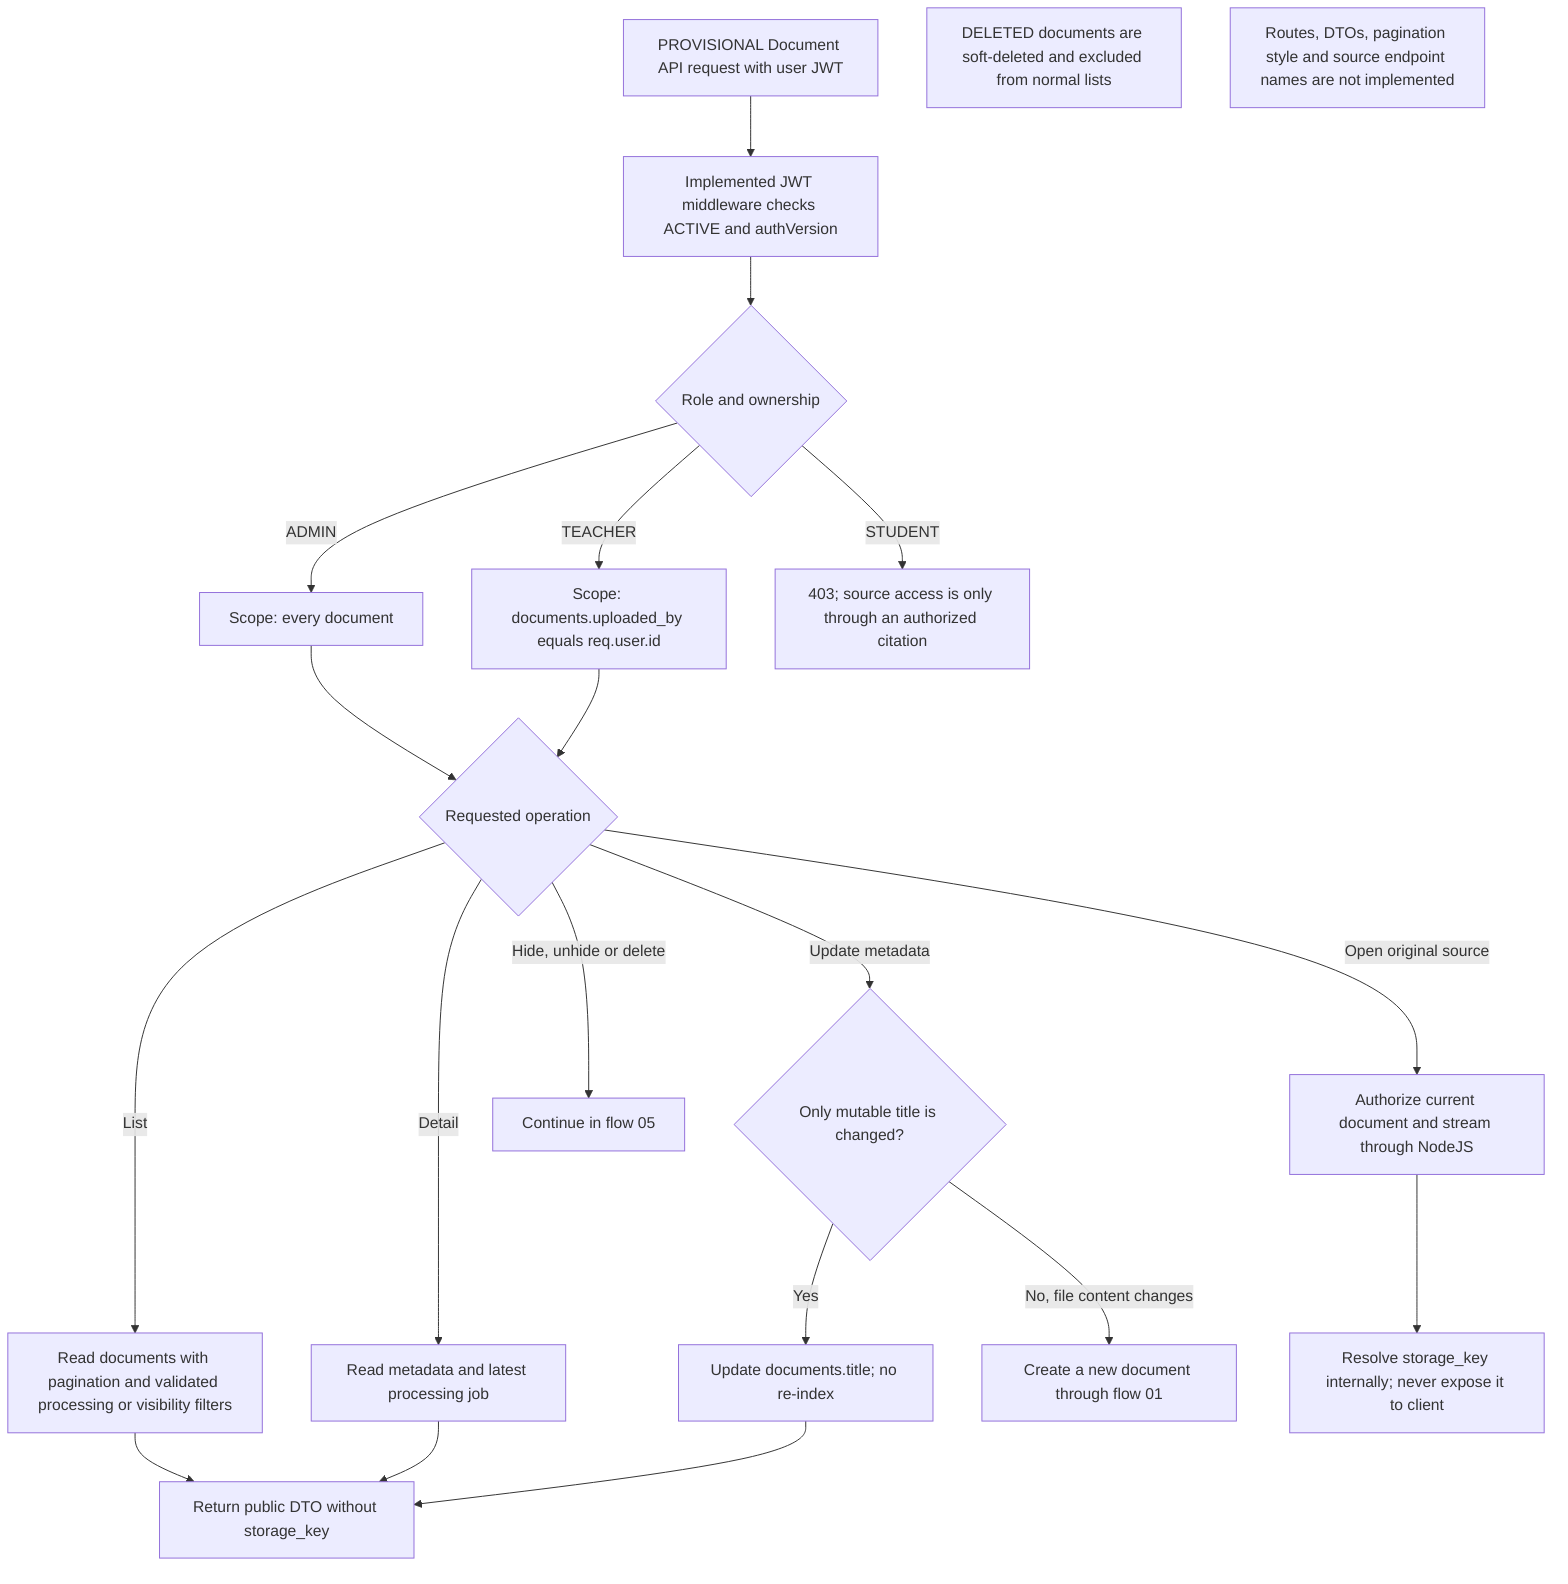
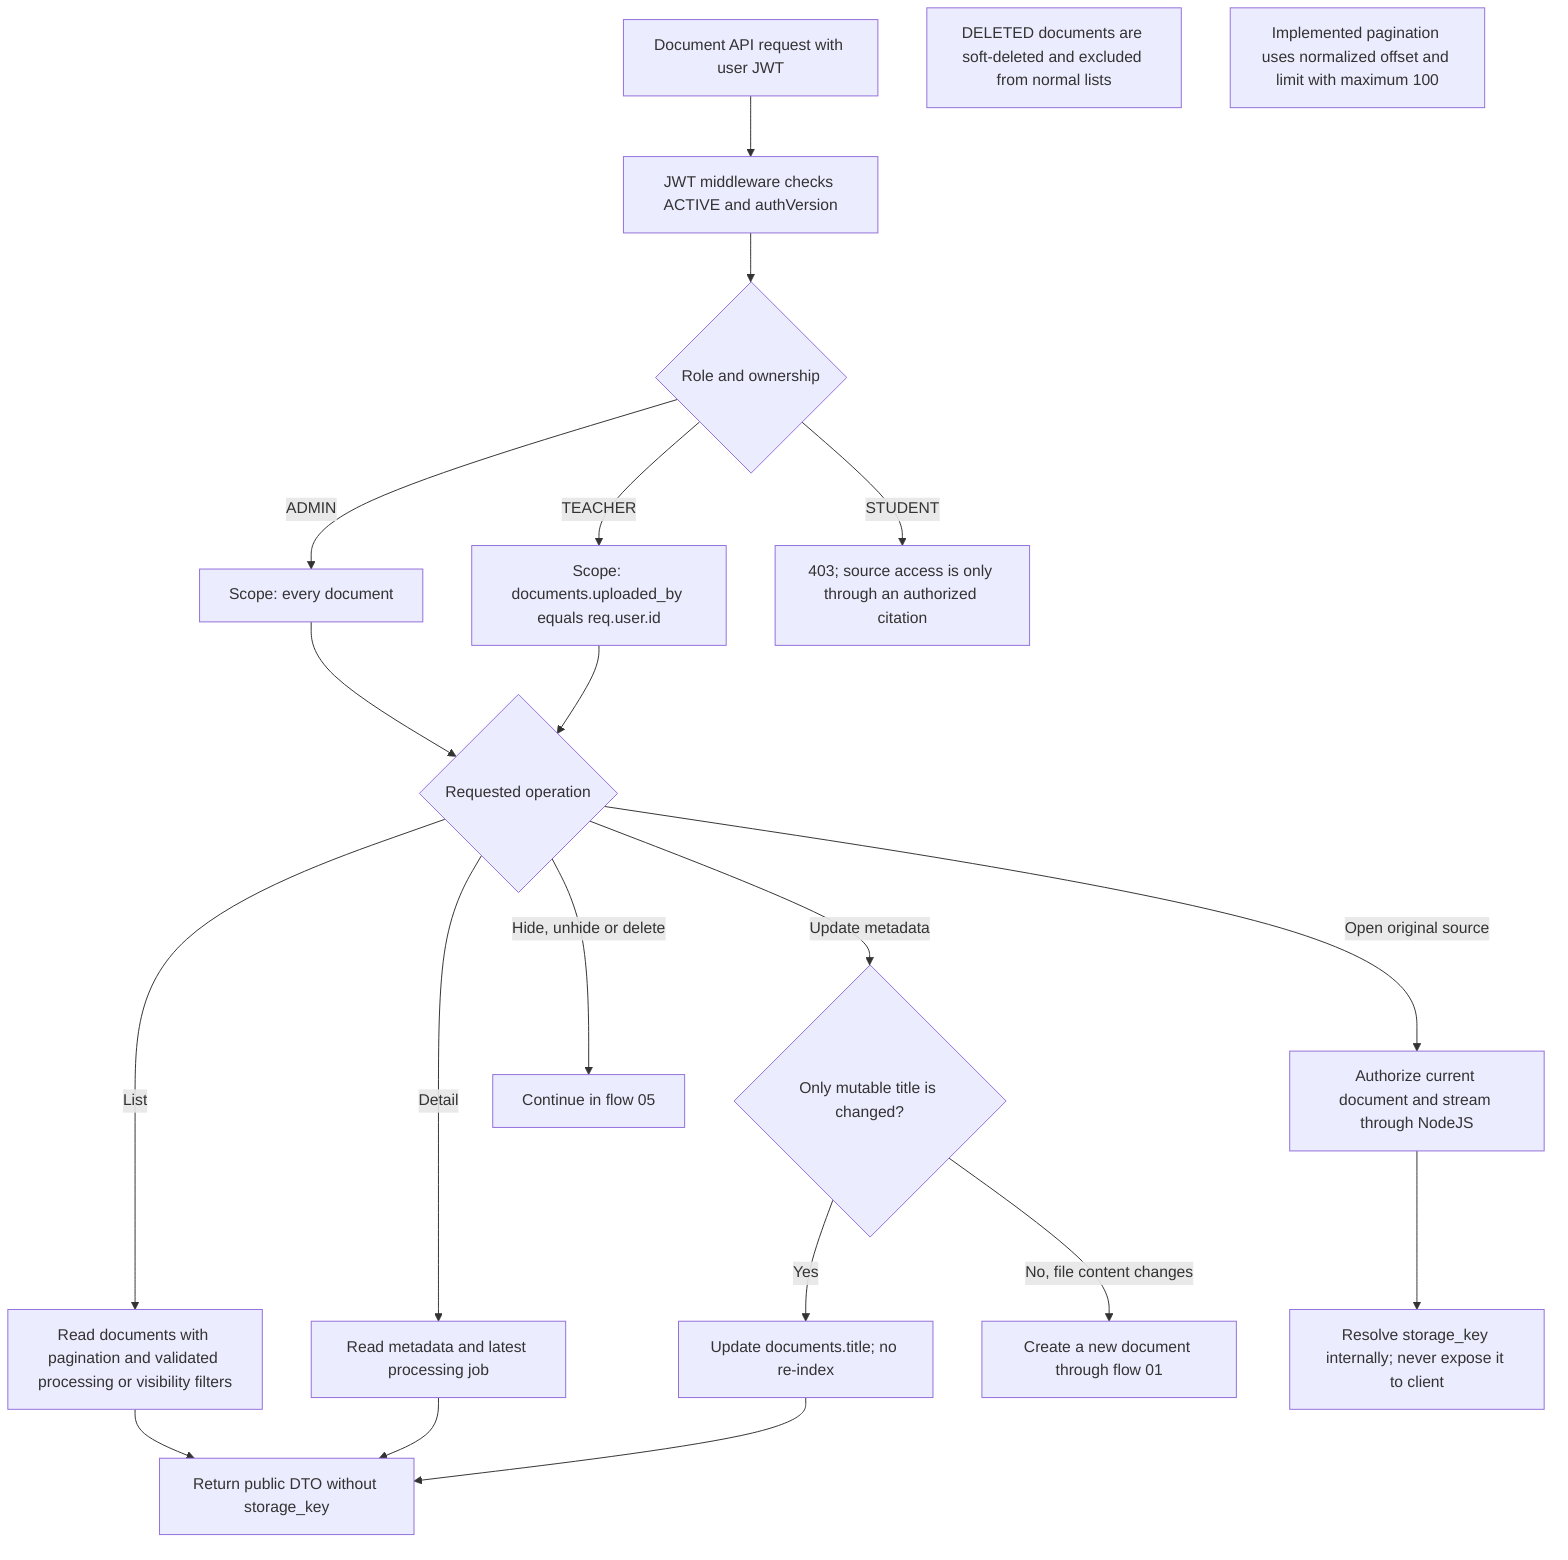
- %% 04 Document management | Status: all public Document operations are PROVISIONAL
+ %% 04 Document management | Status: MVP IMPLEMENTED
flowchart TB
-   A[PROVISIONAL Document API request with user JWT] --> B[Implemented JWT middleware checks ACTIVE and authVersion]
+   A[Document API request with user JWT] --> B[JWT middleware checks ACTIVE and authVersion]
  B --> C{Role and ownership}
  C -->|ADMIN| D[Scope: every document]
  C -->|TEACHER| E[Scope: documents.uploaded_by equals req.user.id]
  C -->|STUDENT| F[403; source access is only through an authorized citation]
  D --> G{Requested operation}
  E --> G

  G -->|List| H[Read documents with pagination and validated processing or visibility filters]
  G -->|Detail| I[Read metadata and latest processing job]
  G -->|Update metadata| J{Only mutable title is changed?}
  G -->|Open original source| K[Authorize current document and stream through NodeJS]
  G -->|Hide, unhide or delete| L[Continue in flow 05]

  J -->|Yes| M[Update documents.title; no re-index]
  J -->|No, file content changes| N[Create a new document through flow 01]
  H --> O[Return public DTO without storage_key]
  I --> O
  M --> O
  K --> P[Resolve storage_key internally; never expose it to client]

  Note1[DELETED documents are soft-deleted and excluded from normal lists]
-   Note2[Routes, DTOs, pagination style and source endpoint names are not implemented]
+   Note2[Implemented pagination uses normalized offset and limit with maximum 100]
